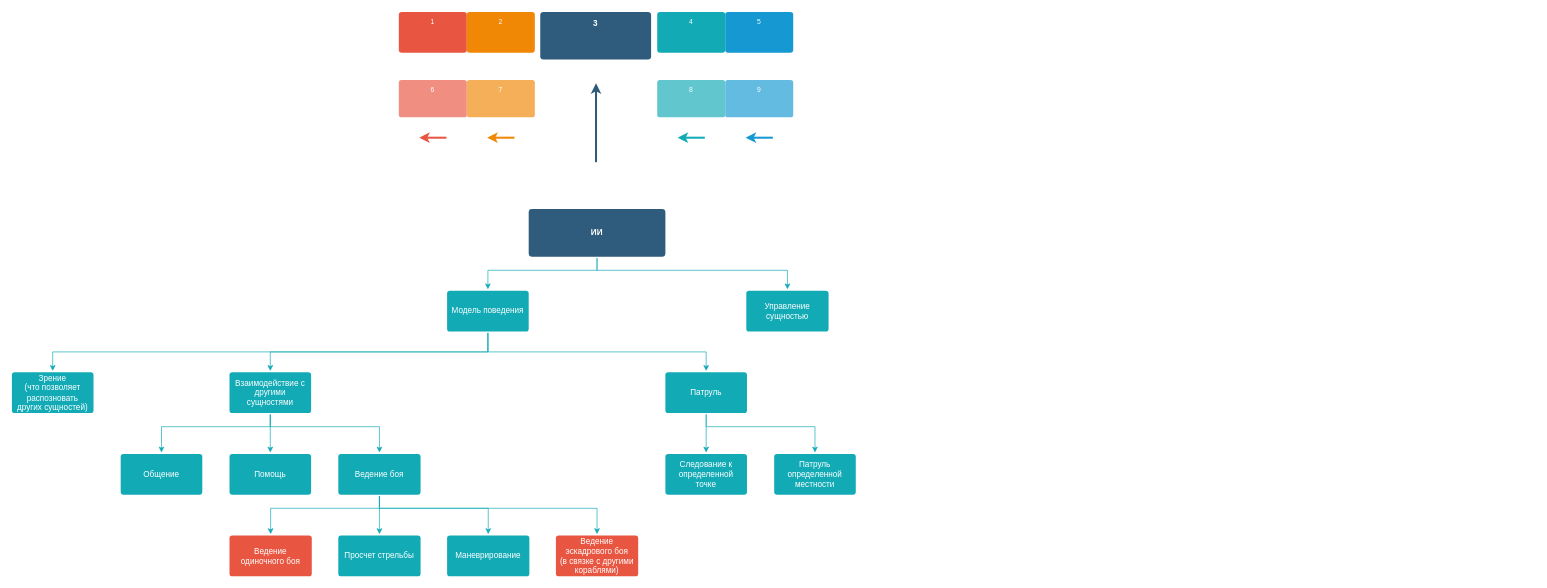
The draw.io diagram Documents/AIScheme.drawio in Wyzzus/Ships, before the edit. Source tidied: cells renumbered, new cells numbered last; positions are measured from the earlier drawing's top-left corner, leaving out a move shared by most shapes. Both pictures are drawn from the tidied source at 68%, with x=0, y=0 at pixel (12, 12).
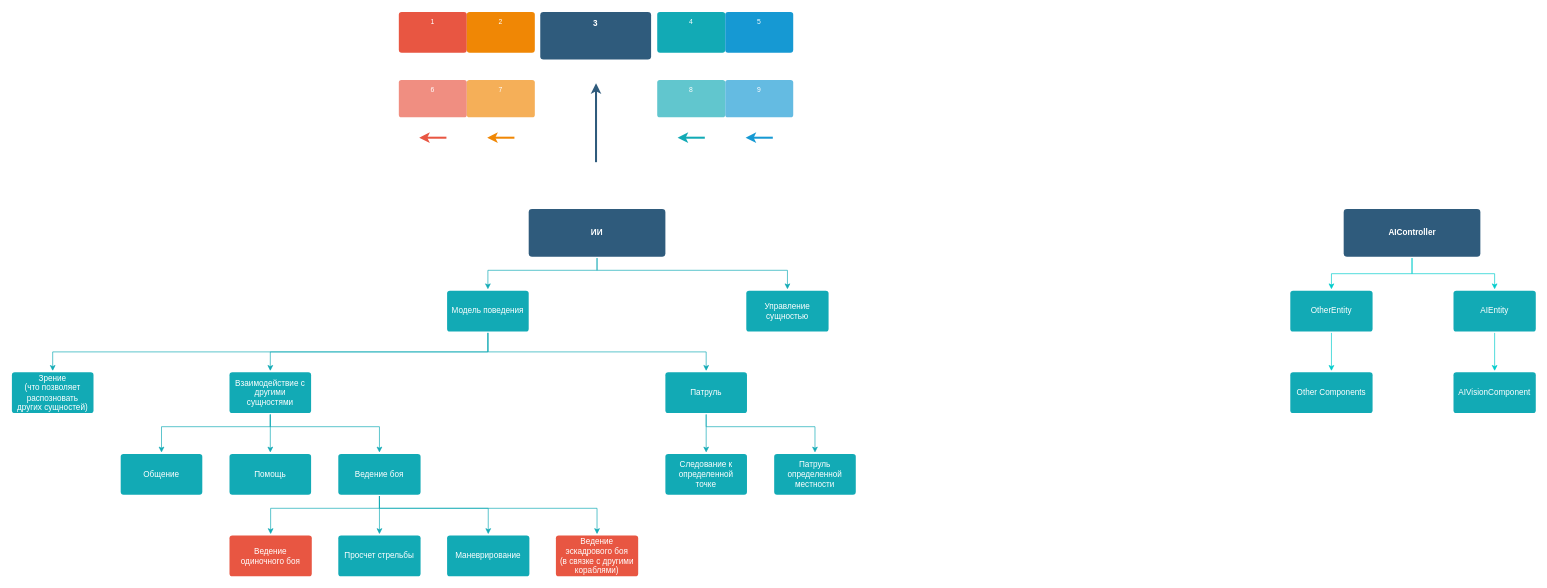
After the change.

What changed in the source:
```diff
@@
+    <mxCell id="45" style="edgeStyle=orthogonalEdgeStyle;rounded=0;jettySize=auto;html=1;entryX=0.5;entryY=0;entryDx=0;entryDy=0;strokeColor=#00CCCC;" parent="1" edge="1" source="47" target="49">
+      <mxGeometry relative="1" as="geometry" />
+    </mxCell>
+    <mxCell id="46" style="edgeStyle=orthogonalEdgeStyle;rounded=0;jettySize=auto;html=1;strokeColor=#00CCCC;" parent="1" edge="1" source="47" target="51">
+      <mxGeometry relative="1" as="geometry" />
+    </mxCell>
+    <mxCell id="47" value="AIController" style="rounded=1;whiteSpace=wrap;html=1;shadow=0;labelBackgroundColor=none;strokeColor=none;strokeWidth=3;fillColor=#2F5B7C;fontFamily=Helvetica;fontSize=12;fontColor=#FFFFFF;align=center;fontStyle=1;spacing=5;arcSize=7;perimeterSpacing=2;verticalAlign=middle;" parent="1" vertex="1">
+      <mxGeometry x="1958.5" y="290" width="201" height="70" as="geometry" />
+    </mxCell>
+    <mxCell id="48" style="edgeStyle=orthogonalEdgeStyle;rounded=0;jettySize=auto;html=1;entryX=0.5;entryY=0;entryDx=0;entryDy=0;strokeColor=#00CCCC;" parent="1" edge="1" source="49" target="53">
+      <mxGeometry relative="1" as="geometry" />
+    </mxCell>
+    <mxCell id="49" value="&lt;font style=&quot;font-size: 12px&quot;&gt;AIEntity&lt;/font&gt;" style="rounded=1;whiteSpace=wrap;html=1;shadow=0;labelBackgroundColor=none;strokeColor=none;strokeWidth=3;fillColor=#12AAB5;fontFamily=Helvetica;fontSize=10;fontColor=#FFFFFF;align=center;spacing=5;fontStyle=0;arcSize=7;perimeterSpacing=2;verticalAlign=middle;" parent="1" vertex="1">
+      <mxGeometry x="2120" y="410" width="121" height="60" as="geometry" />
+    </mxCell>
+    <mxCell id="50" style="edgeStyle=orthogonalEdgeStyle;rounded=0;jettySize=auto;html=1;entryX=0.5;entryY=0;entryDx=0;entryDy=0;strokeColor=#00CCCC;" parent="1" edge="1" source="51" target="52">
+      <mxGeometry relative="1" as="geometry" />
+    </mxCell>
+    <mxCell id="51" value="&lt;font style=&quot;font-size: 12px&quot;&gt;OtherEntity&lt;/font&gt;" style="rounded=1;whiteSpace=wrap;html=1;shadow=0;labelBackgroundColor=none;strokeColor=none;strokeWidth=3;fillColor=#12AAB5;fontFamily=Helvetica;fontSize=10;fontColor=#FFFFFF;align=center;spacing=5;fontStyle=0;arcSize=7;perimeterSpacing=2;verticalAlign=middle;" parent="1" vertex="1">
+      <mxGeometry x="1880" y="410" width="121" height="60" as="geometry" />
+    </mxCell>
+    <mxCell id="52" value="&lt;span style=&quot;font-size: 12px&quot;&gt;Other Components&lt;/span&gt;" style="rounded=1;whiteSpace=wrap;html=1;shadow=0;labelBackgroundColor=none;strokeColor=none;strokeWidth=3;fillColor=#12AAB5;fontFamily=Helvetica;fontSize=10;fontColor=#FFFFFF;align=center;spacing=5;fontStyle=0;arcSize=7;perimeterSpacing=2;verticalAlign=middle;" parent="1" vertex="1">
+      <mxGeometry x="1880" y="530" width="121" height="60" as="geometry" />
+    </mxCell>
+    <mxCell id="53" value="&lt;font style=&quot;font-size: 12px&quot;&gt;AIVisionComponent&lt;/font&gt;" style="rounded=1;whiteSpace=wrap;html=1;shadow=0;labelBackgroundColor=none;strokeColor=none;strokeWidth=3;fillColor=#12AAB5;fontFamily=Helvetica;fontSize=10;fontColor=#FFFFFF;align=center;spacing=5;fontStyle=0;arcSize=7;perimeterSpacing=2;verticalAlign=middle;" parent="1" vertex="1">
+      <mxGeometry x="2120" y="530" width="121" height="60" as="geometry" />
+    </mxCell>
```
